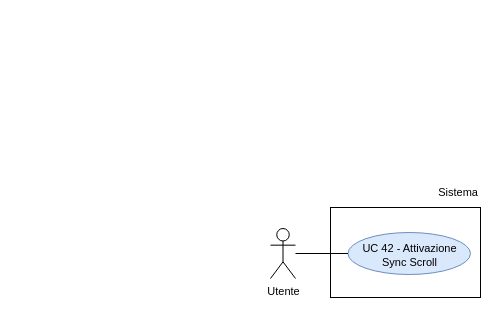
This is RTB/doc_esterna/analisi-dei-requisiti/assets/draw.io/UC42.drawio from thebitless-group-swe/thebitless.github.io, a draw.io file, before an edit. Source tidied: cells renumbered, new cells numbered last; positions are measured from the earlier drawing's top-left corner, leaving out a move shared by most shapes. Both pictures are drawn from the tidied source at 100%, with x=0, y=0 at pixel (270, 177).
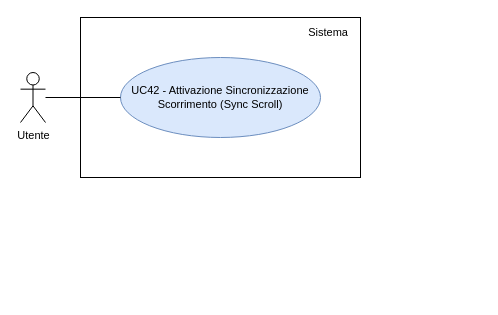
Above is the later version.

Change to the diagram source:
```diff
@@
 <mxGraphModel>
   <root>
     <mxCell id="0" />
     <mxCell id="1" parent="0" />
     <mxCell id="2" value="Utente" style="shape=umlActor;verticalLabelPosition=bottom;verticalAlign=top;html=1;outlineConnect=0;fontSize=11;" parent="1" vertex="1">
-      <mxGeometry y="51" width="25" height="50" as="geometry" />
+      <mxGeometry x="-250" y="-105" width="25" height="50" as="geometry" />
     </mxCell>
-    <mxCell id="3" style="rounded=0;whiteSpace=wrap;html=1;strokeWidth=1;" parent="1" vertex="1">
-      <mxGeometry x="60" y="30" width="150" height="90" as="geometry" />
-    </mxCell>
+    <mxCell id="8" style="rounded=0;whiteSpace=wrap;html=1;strokeWidth=1;" parent="1" vertex="1">
+      <mxGeometry x="-190" y="-160" width="280" height="160" as="geometry" />
+    </mxCell>
     <mxCell id="4" value="Sistema" style="text;html=1;whiteSpace=wrap;strokeColor=none;fillColor=none;align=right;verticalAlign=middle;fontSize=11;" parent="1" vertex="1">
-      <mxGeometry x="150" width="60" height="30" as="geometry" />
+      <mxGeometry x="10" y="-155" width="70" height="20" as="geometry" />
     </mxCell>
-    <mxCell id="5" value="UC 42 - Attivazione Sync Scroll" style="ellipse;whiteSpace=wrap;html=1;fillColor=#dae8fc;strokeColor=#6c8ebf;fontSize=11;spacingBottom=-4;" parent="1" vertex="1">
-      <mxGeometry x="77.5" y="55" width="122.5" height="42" as="geometry" />
-    </mxCell>
-    <mxCell id="6" style="edgeStyle=none;rounded=0;jettySize=auto;html=1;endArrow=none;endFill=0;" parent="1" edge="1" source="2" target="5">
-      <mxGeometry relative="1" as="geometry" />
-    </mxCell>
-    <mxCell id="7" style="edgeStyle=orthogonalEdgeStyle;rounded=0;orthogonalLoop=1;jettySize=auto;html=1;exitX=0.5;exitY=1;exitDx=0;exitDy=0;" parent="1" edge="1" source="4" target="4">
-      <mxGeometry relative="1" as="geometry" />
-    </mxCell>
+    <mxCell id="9" value="UC42 - Attivazione Sincronizzazione Scorrimento (Sync Scroll)" style="ellipse;whiteSpace=wrap;html=1;fillColor=#dae8fc;strokeColor=#6c8ebf;fontSize=11;" parent="1" vertex="1">
+      <mxGeometry x="-150" y="-120" width="200" height="80" as="geometry" />
+    </mxCell>
+    <mxCell id="10" style="edgeStyle=none;rounded=0;jettySize=auto;html=1;endArrow=none;endFill=0;" parent="1" edge="1" source="2" target="9">
+      <mxGeometry relative="1" as="geometry" />
+    </mxCell>
   </root>
 </mxGraphModel>
```
